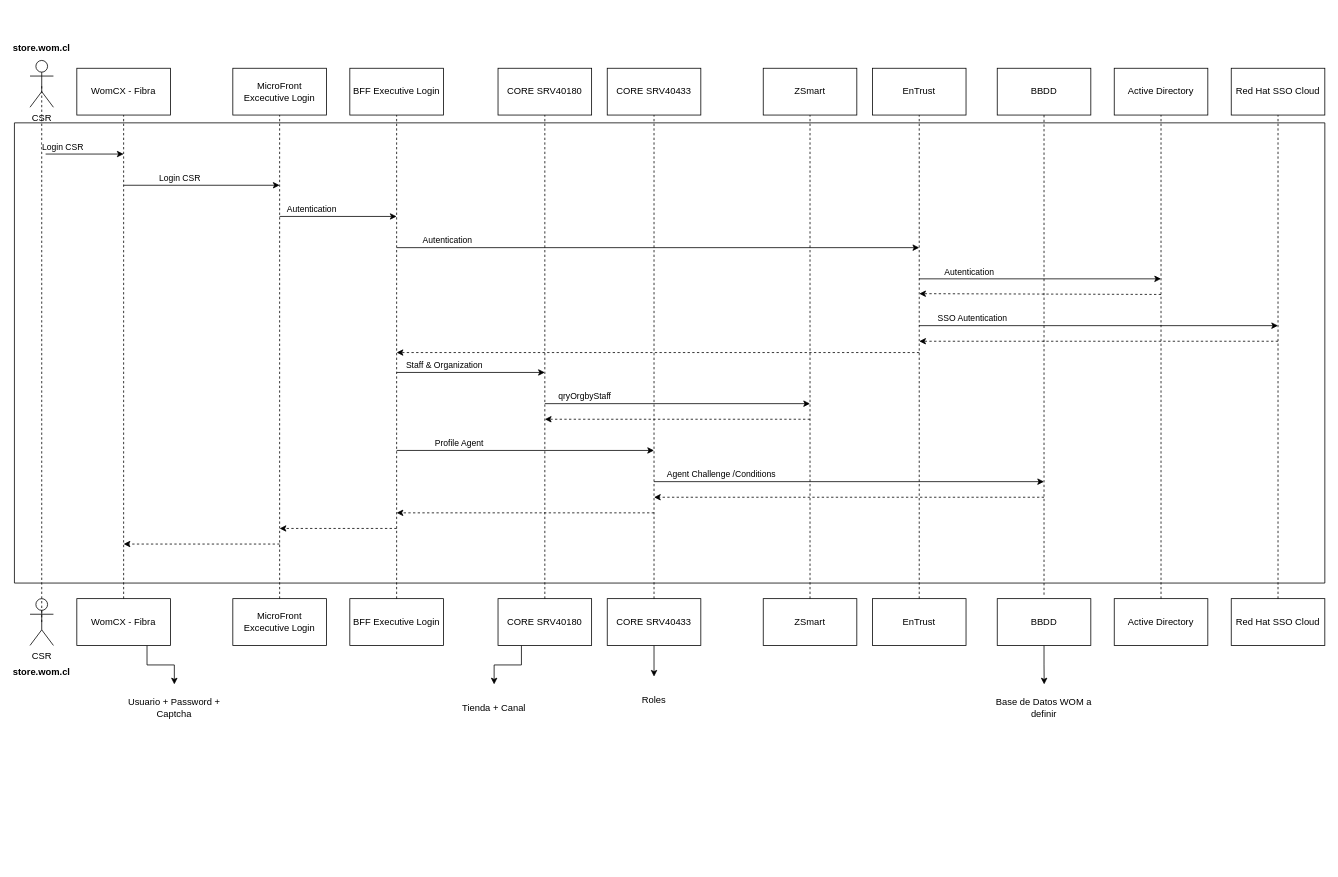
Earlier version of the draw.io diagram page "UML" (1 of 2) of LoginLayer.drawio (linosnt/womCX). Source tidied: cells renumbered, new cells numbered last; positions are measured from the earlier drawing's top-left corner, leaving out a move shared by most shapes. Both pictures are drawn from the tidied source at 78%, with x=0, y=0 at pixel (14, 37).
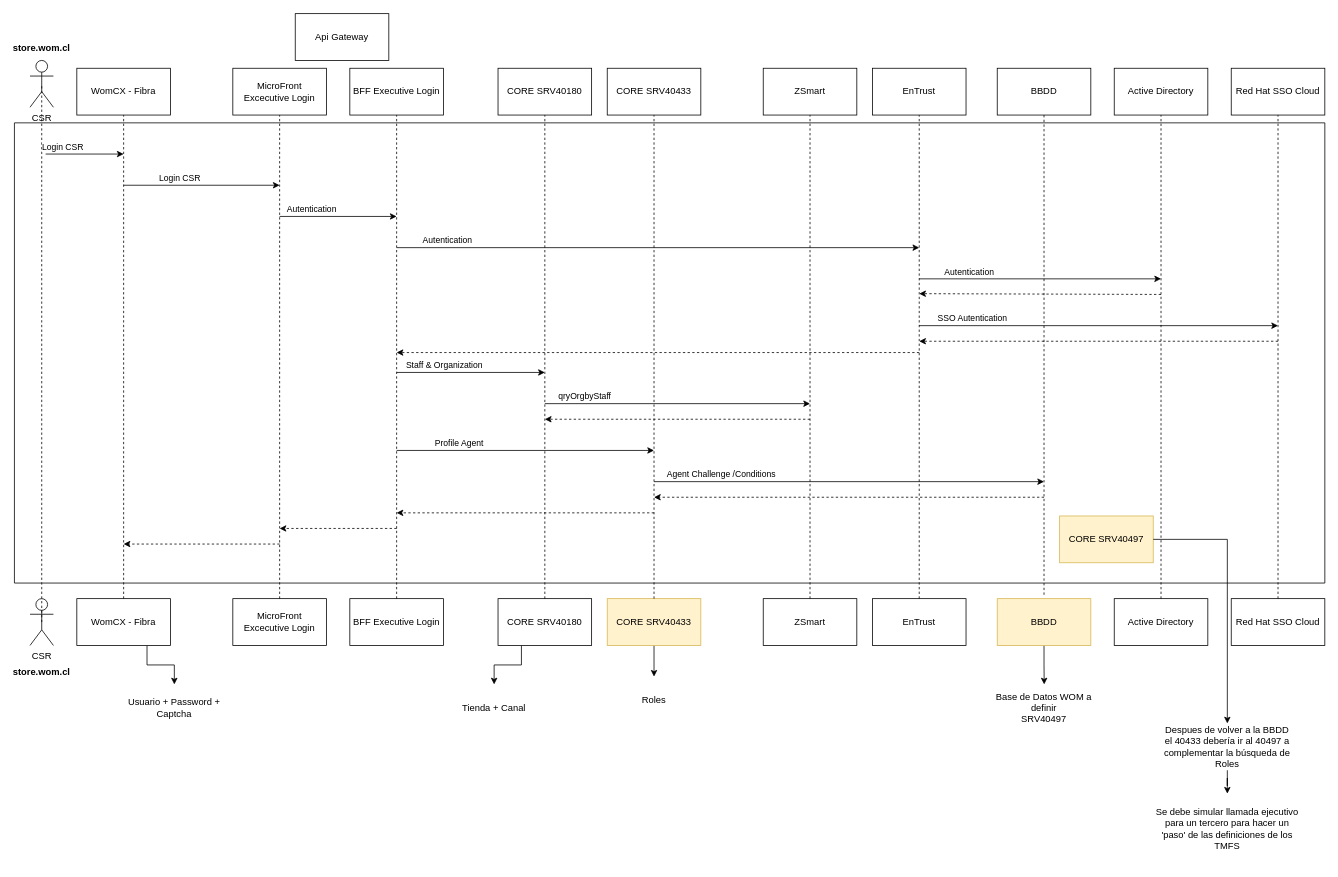
The same diagram, later.

Unchanged cells that the change refers to:
```xml
<mxCell id="2" style="swimlane;startSize=0;" parent="1" vertex="1">
  <mxGeometry y="110" width="1680" height="590" as="geometry" />
</mxCell>
```

What changed in the source:
```diff
@@
+    <mxCell id="72" value="CORE SRV40497" style="rounded=0;whiteSpace=wrap;html=1;fillColor=#fff2cc;strokeColor=#d6b656;" parent="2" vertex="1">
+      <mxGeometry x="1340" y="504" width="120" height="60" as="geometry" />
+    </mxCell>
@@
-    <mxCell id="45" value="CORE SRV40433" style="rounded=0;whiteSpace=wrap;html=1;" parent="1" vertex="1">
+    <mxCell id="45" value="CORE SRV40433" style="rounded=0;whiteSpace=wrap;html=1;fillColor=#fff2cc;strokeColor=#d6b656;" parent="1" vertex="1">
       <mxGeometry x="760" y="720" width="120" height="60" as="geometry" />
     </mxCell>
@@
-    <mxCell id="69" value="BBDD" style="rounded=0;whiteSpace=wrap;html=1;" parent="1" vertex="1">
+    <mxCell id="69" value="BBDD" style="rounded=0;whiteSpace=wrap;html=1;fillColor=#fff2cc;strokeColor=#d6b656;" parent="1" vertex="1">
       <mxGeometry x="1260" y="720" width="120" height="60" as="geometry" />
     </mxCell>
@@
-    <mxCell id="71" value="Base de Datos WOM a definir" style="text;html=1;strokeColor=none;fillColor=none;align=center;verticalAlign=middle;whiteSpace=wrap;rounded=0;" parent="1" vertex="1">
+    <mxCell id="71" value="Base de Datos WOM a definir&lt;br&gt;SRV40497" style="text;html=1;strokeColor=none;fillColor=none;align=center;verticalAlign=middle;whiteSpace=wrap;rounded=0;" parent="1" vertex="1">
       <mxGeometry x="1245" y="830" width="150" height="60" as="geometry" />
     </mxCell>
+    <mxCell id="73" value="Api Gateway" style="rounded=0;whiteSpace=wrap;html=1;" parent="1" vertex="1">
+      <mxGeometry x="360" y="-30" width="120" height="60" as="geometry" />
+    </mxCell>
+    <mxCell id="74" style="edgeStyle=orthogonalEdgeStyle;rounded=0;jettySize=auto;html=1;" parent="1" edge="1" source="75" target="77">
+      <mxGeometry relative="1" as="geometry" />
+    </mxCell>
+    <mxCell id="75" value="Despues de volver a la BBDD el 40433 debería ir al 40497 a complementar la búsqueda de Roles&lt;br&gt;" style="text;html=1;strokeColor=none;fillColor=none;align=center;verticalAlign=middle;whiteSpace=wrap;rounded=0;" parent="1" vertex="1">
+      <mxGeometry x="1470" y="880" width="170" height="60" as="geometry" />
+    </mxCell>
+    <mxCell id="76" style="edgeStyle=orthogonalEdgeStyle;rounded=0;jettySize=auto;html=1;entryX=0.5;entryY=0;entryDx=0;entryDy=0;" parent="1" edge="1" source="72" target="75">
+      <mxGeometry relative="1" as="geometry" />
+    </mxCell>
+    <mxCell id="77" value="Se debe simular llamada ejecutivo para un tercero para hacer un 'paso' de las definiciones de los TMFS" style="text;html=1;strokeColor=none;fillColor=none;align=center;verticalAlign=middle;whiteSpace=wrap;rounded=0;" parent="1" vertex="1">
+      <mxGeometry x="1460" y="970" width="190" height="90" as="geometry" />
+    </mxCell>
```
